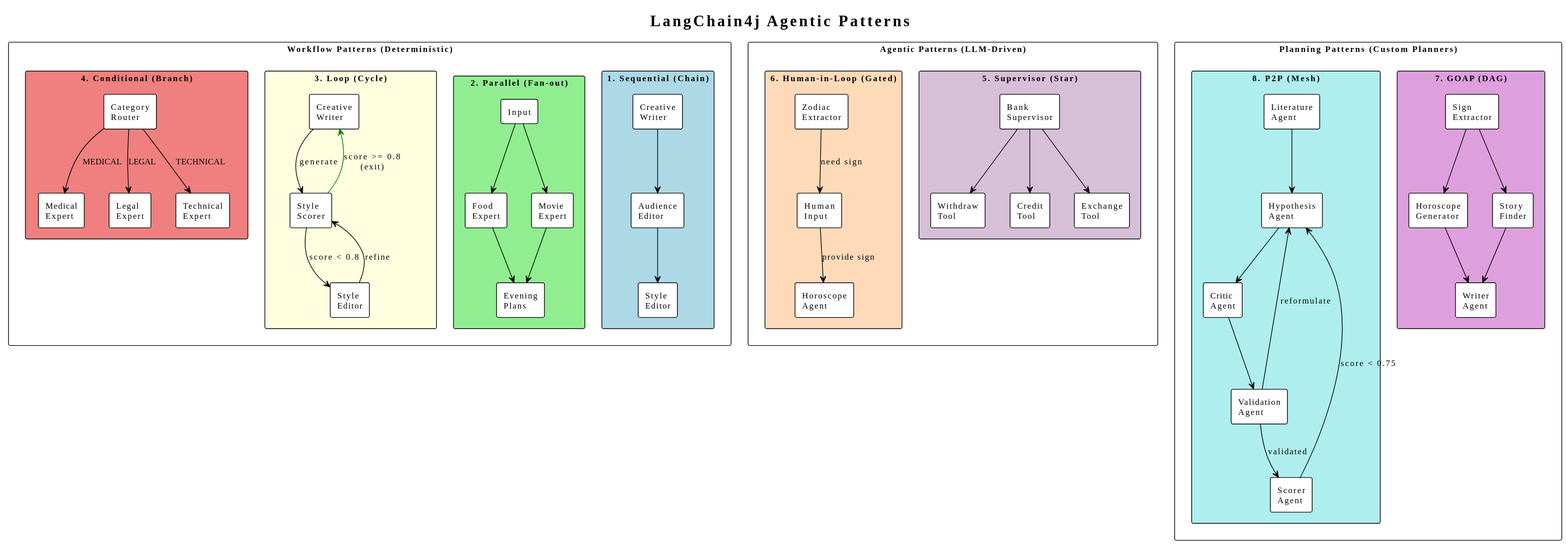
The PlantUML diagram docs/patterns.svg in roryp/matrixagents, before a commit.
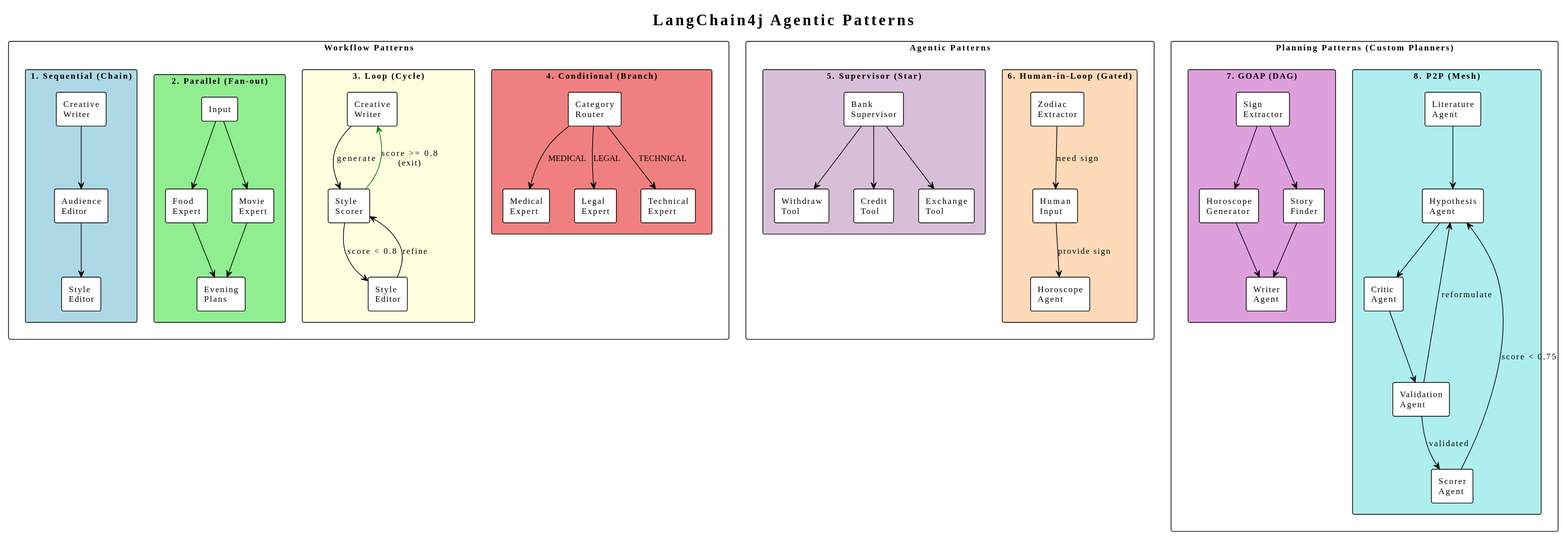
The same diagram one commit later.

Change to the diagram source:
```diff
@@ -7,7 +7,7 @@
 title LangChain4j Agentic Patterns
 
 
-package "Workflow Patterns (Deterministic)" {
+package "Workflow Patterns" {
 
     package "1. Sequential (Chain)" #LightBlue {
         rectangle "Creative\nWriter" as seq1
@@ -50,7 +50,7 @@
 }
 
 
-package "Agentic Patterns (LLM-Driven)" {
+package "Agentic Patterns" {
 
     package "5. Supervisor (Star)" #Thistle {
         rectangle "Bank\nSupervisor" as sup
```
